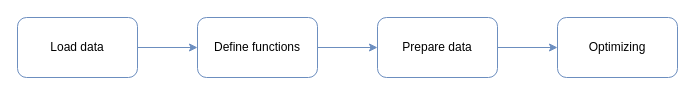
vuanhtuan1012/machine-learning keeps this draw.io diagram as images/logistic_regression.drawio. Above is the earlier version. Source tidied: cells renumbered, new cells numbered last; positions are measured from the earlier drawing's top-left corner, leaving out a move shared by most shapes. Both pictures are drawn from the tidied source at 100%, with x=0, y=0 at pixel (17, 17).
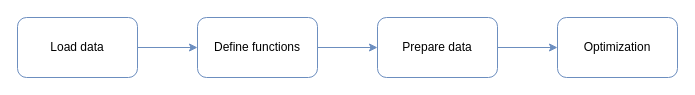
The same diagram, later.

Commit message (it also covers changes not shown here):
update logistic regression workflow

The edit, as a diff of the source:
```diff
@@
 <mxGraphModel>
   <root>
     <mxCell id="0" />
     <mxCell id="1" parent="0" />
     <mxCell id="2" style="edgeStyle=orthogonalEdgeStyle;rounded=0;jettySize=auto;html=1;fillColor=#dae8fc;strokeColor=#6c8ebf;" parent="1" edge="1" source="3" target="5">
       <mxGeometry relative="1" as="geometry" />
     </mxCell>
     <mxCell id="3" value="Load data" style="rounded=1;whiteSpace=wrap;html=1;strokeColor=#6c8ebf;fillColor=none;" parent="1" vertex="1">
       <mxGeometry width="120" height="60" as="geometry" />
     </mxCell>
     <mxCell id="4" style="edgeStyle=orthogonalEdgeStyle;rounded=0;jettySize=auto;html=1;fillColor=#dae8fc;strokeColor=#6c8ebf;" parent="1" edge="1" source="5" target="8">
       <mxGeometry relative="1" as="geometry" />
     </mxCell>
     <mxCell id="5" value="Define functions" style="rounded=1;whiteSpace=wrap;html=1;strokeColor=#6c8ebf;fillColor=none;" parent="1" vertex="1">
       <mxGeometry x="180" width="120" height="60" as="geometry" />
     </mxCell>
-    <mxCell id="6" value="Optimizing" style="rounded=1;whiteSpace=wrap;html=1;strokeColor=#6c8ebf;fillColor=none;" parent="1" vertex="1">
+    <mxCell id="6" value="Optimization" style="rounded=1;whiteSpace=wrap;html=1;strokeColor=#6c8ebf;fillColor=none;" parent="1" vertex="1">
       <mxGeometry x="540" width="120" height="60" as="geometry" />
     </mxCell>
     <mxCell id="7" style="edgeStyle=orthogonalEdgeStyle;rounded=0;jettySize=auto;html=1;fillColor=#dae8fc;strokeColor=#6c8ebf;" parent="1" edge="1" source="8" target="6">
       <mxGeometry relative="1" as="geometry" />
     </mxCell>
     <mxCell id="8" value="Prepare data" style="rounded=1;whiteSpace=wrap;html=1;strokeColor=#6c8ebf;fillColor=none;" parent="1" vertex="1">
       <mxGeometry x="360" width="120" height="60" as="geometry" />
     </mxCell>
   </root>
 </mxGraphModel>
```
